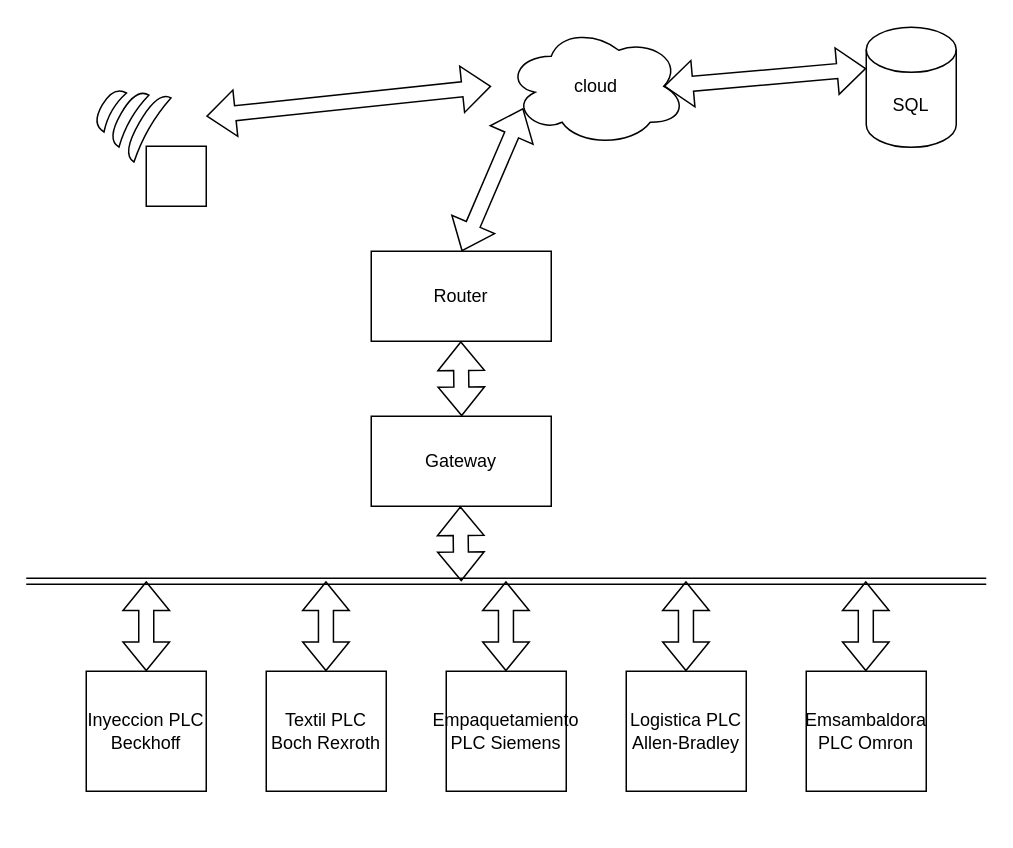
The draw.io diagram Diagramas/EstructuradRed.drawio in dadd86/IoTWizards, before the edit. Source tidied: cells renumbered, new cells numbered last; positions are measured from the earlier drawing's top-left corner, leaving out a move shared by most shapes. Both pictures are drawn from the tidied source at 150%, with x=0, y=0 at pixel (26, 26).
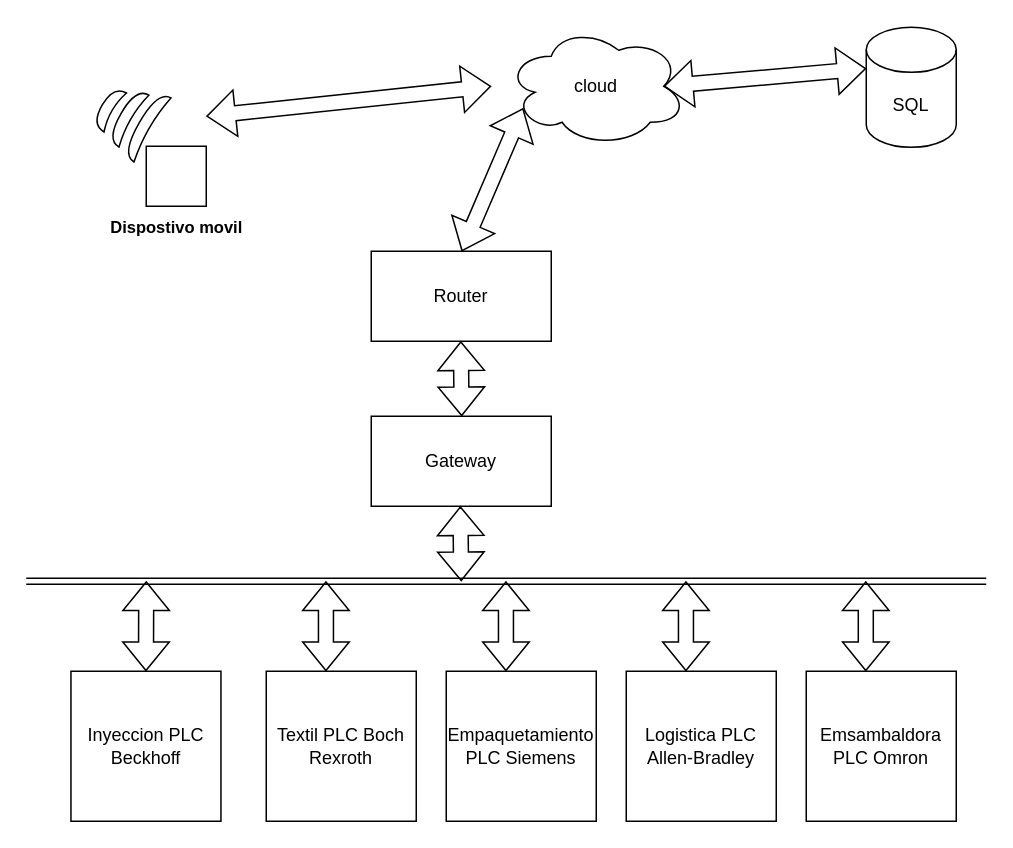
The same page after the edit.

The edit, as a diff of the source:
```diff
@@
     <mxCell id="4" value="Inyeccion PLC Beckhoff" style="whiteSpace=wrap;html=1;" parent="1" vertex="1">
-      <mxGeometry x="40" y="430" width="80" height="80" as="geometry" />
+      <mxGeometry x="29.8" y="430" width="100" height="100" as="geometry" />
     </mxCell>
     <mxCell id="5" value="Textil PLC Boch Rexroth" style="whiteSpace=wrap;html=1;" parent="1" vertex="1">
-      <mxGeometry x="160" y="430" width="80" height="80" as="geometry" />
+      <mxGeometry x="160" y="430" width="100" height="100" as="geometry" />
     </mxCell>
     <mxCell id="6" value="Empaquetamiento PLC Siemens" style="whiteSpace=wrap;html=1;" parent="1" vertex="1">
-      <mxGeometry x="280" y="430" width="80" height="80" as="geometry" />
+      <mxGeometry x="280" y="430" width="100" height="100" as="geometry" />
     </mxCell>
     <mxCell id="7" value="Logistica PLC Allen-Bradley" style="whiteSpace=wrap;html=1;" parent="1" vertex="1">
-      <mxGeometry x="400" y="430" width="80" height="80" as="geometry" />
+      <mxGeometry x="400" y="430" width="100" height="100" as="geometry" />
     </mxCell>
     <mxCell id="8" value="Emsambaldora PLC Omron" style="whiteSpace=wrap;html=1;" parent="1" vertex="1">
-      <mxGeometry x="520" y="430" width="80" height="80" as="geometry" />
+      <mxGeometry x="520" y="430" width="100" height="100" as="geometry" />
     </mxCell>
@@
+    <mxCell id="26" value="&lt;font style=&quot;font-size: 11px;&quot;&gt;Dispostivo movil&lt;/font&gt;" style="text;strokeColor=none;fillColor=none;html=1;fontSize=24;fontStyle=1;verticalAlign=middle;align=center;" parent="1" vertex="1">
+      <mxGeometry x="52.5" y="120" width="95" height="20" as="geometry" />
+    </mxCell>
```
